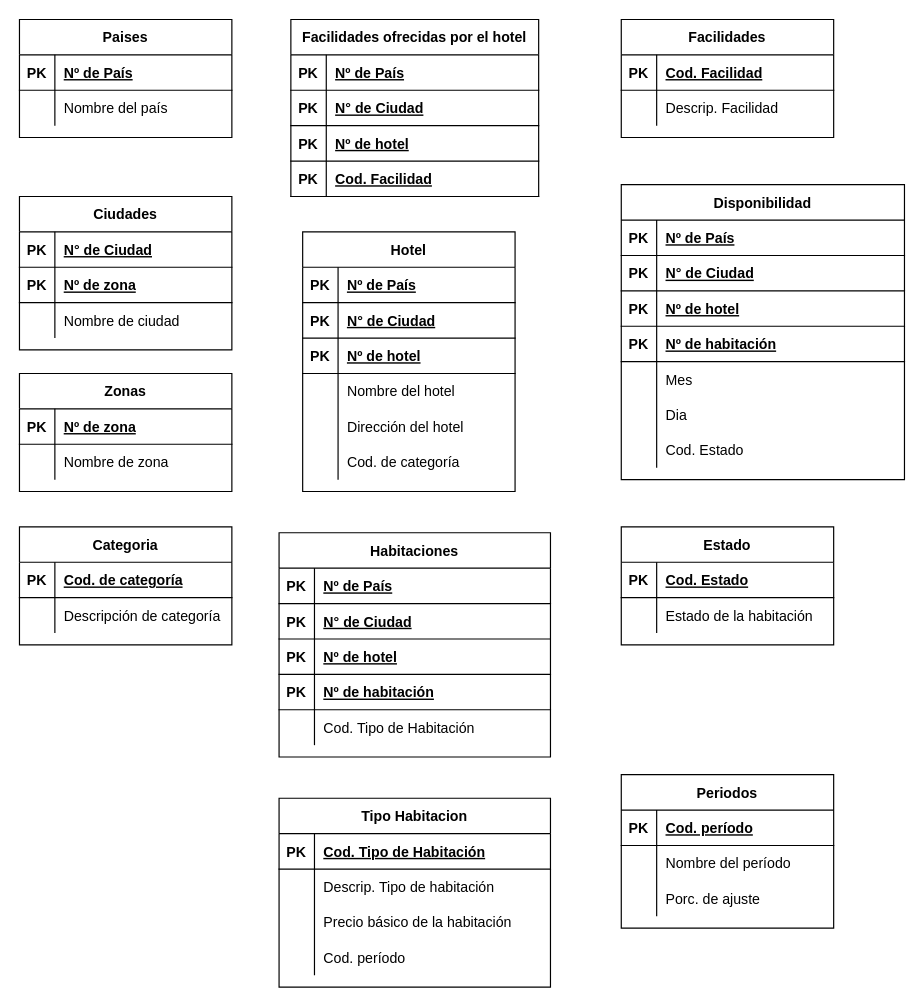
Before: hoteles.drawio in RailGun15/BaseDeDatos-UTN, a draw.io diagram. Source tidied: cells renumbered, new cells numbered last; positions are measured from the earlier drawing's top-left corner, leaving out a move shared by most shapes. Both pictures are drawn from the tidied source at 118%, with x=0, y=0 at pixel (19, 19).
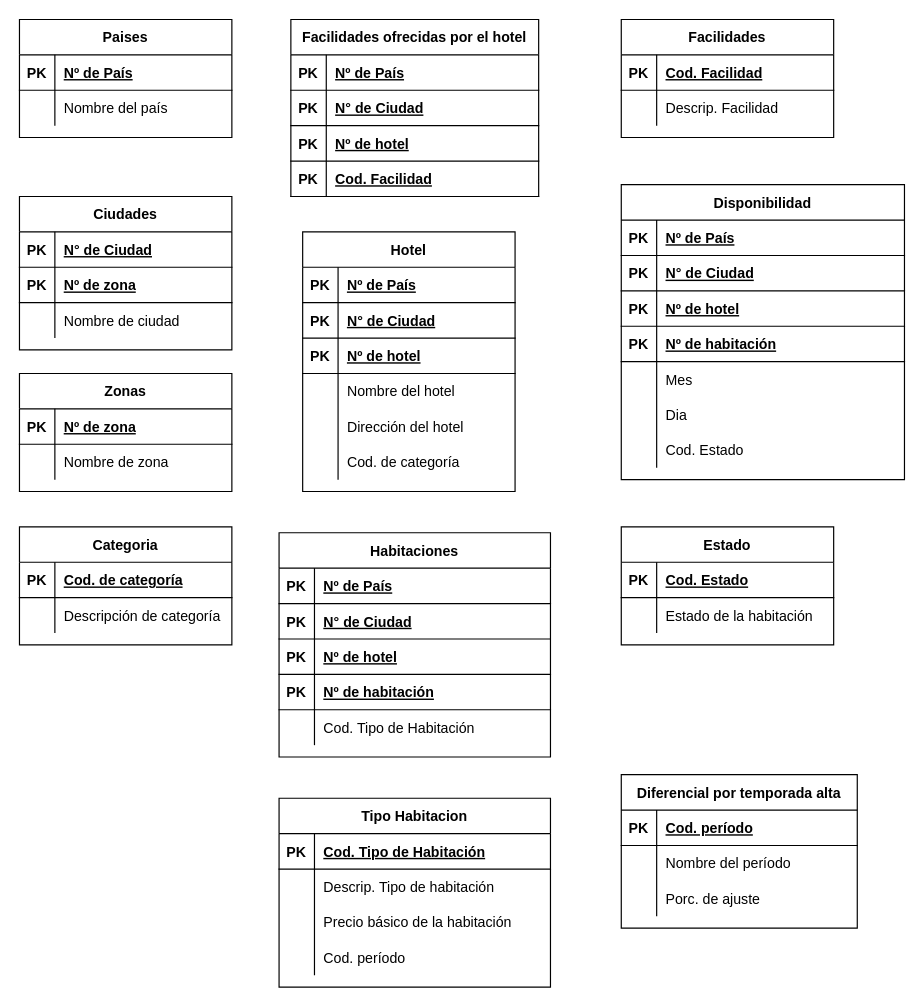
Above is the later version.

Change to the diagram source:
```diff
@@
-    <mxCell id="130" value="Periodos" style="shape=table;startSize=30;childLayout=tableLayout;rowLines=0;fontStyle=1;align=center;" parent="1" vertex="1">
-      <mxGeometry x="510" y="640" width="180" height="130" as="geometry" />
+    <mxCell id="130" value="Diferencial por temporada alta" style="shape=table;startSize=30;childLayout=tableLayout;rowLines=0;fontStyle=1;align=center;" parent="1" vertex="1">
+      <mxGeometry x="510" y="640" width="200" height="130" as="geometry" />
     </mxCell>
     <mxCell id="131" style="shape=partialRectangle;fillColor=none;top=0;left=0;bottom=1;right=0;" parent="130" vertex="1">
-      <mxGeometry y="30" width="180" height="30" as="geometry" />
+      <mxGeometry y="30" width="200" height="30" as="geometry" />
     </mxCell>
@@
     <mxCell id="133" value="Cod. período" style="shape=partialRectangle;fillColor=none;top=0;left=0;bottom=0;right=0;align=left;spacingLeft=6;fontStyle=5;overflow=hidden;" parent="131" vertex="1">
-      <mxGeometry x="30" width="150" height="30" as="geometry" />
+      <mxGeometry x="30" width="170" height="30" as="geometry" />
     </mxCell>
     <mxCell id="134" style="shape=partialRectangle;fillColor=none;top=0;left=0;bottom=0;right=0;" parent="130" vertex="1">
-      <mxGeometry y="60" width="180" height="30" as="geometry" />
+      <mxGeometry y="60" width="200" height="30" as="geometry" />
     </mxCell>
@@
     <mxCell id="136" value="Nombre del período" style="shape=partialRectangle;fillColor=none;top=0;left=0;bottom=0;right=0;align=left;spacingLeft=6;overflow=hidden;" parent="134" vertex="1">
-      <mxGeometry x="30" width="150" height="30" as="geometry" />
+      <mxGeometry x="30" width="170" height="30" as="geometry" />
     </mxCell>
     <mxCell id="137" style="shape=partialRectangle;fillColor=none;top=0;left=0;bottom=0;right=0;" parent="130" vertex="1">
-      <mxGeometry y="90" width="180" height="30" as="geometry" />
+      <mxGeometry y="90" width="200" height="30" as="geometry" />
     </mxCell>
@@
     <mxCell id="139" value="Porc. de ajuste" style="shape=partialRectangle;fillColor=none;top=0;left=0;bottom=0;right=0;align=left;spacingLeft=6;overflow=hidden;" parent="137" vertex="1">
-      <mxGeometry x="30" width="150" height="30" as="geometry" />
+      <mxGeometry x="30" width="170" height="30" as="geometry" />
     </mxCell>
```
